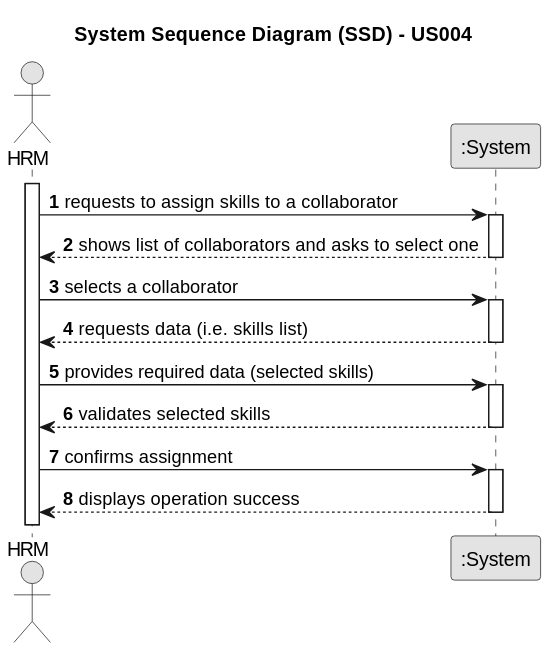
The PlantUML diagram docs/sprintB/us004/01.requirements-engineering/svg/us004-system-sequence-diagram-alternative-one.svg in ricardomm7/leaflink, before a commit.
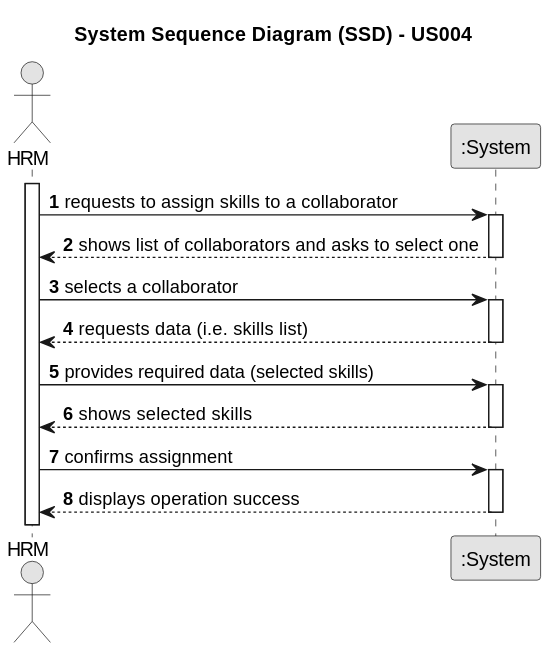
The same file after the commit.

Change to the diagram source:
```diff
@@ -27,7 +27,7 @@
     HRM -> System : provides required data (selected skills)
     activate System
 
-        System --> HRM : validates selected skills
+        System --> HRM : shows selected skills
     deactivate System
 
     HRM -> System : confirms assignment
```
